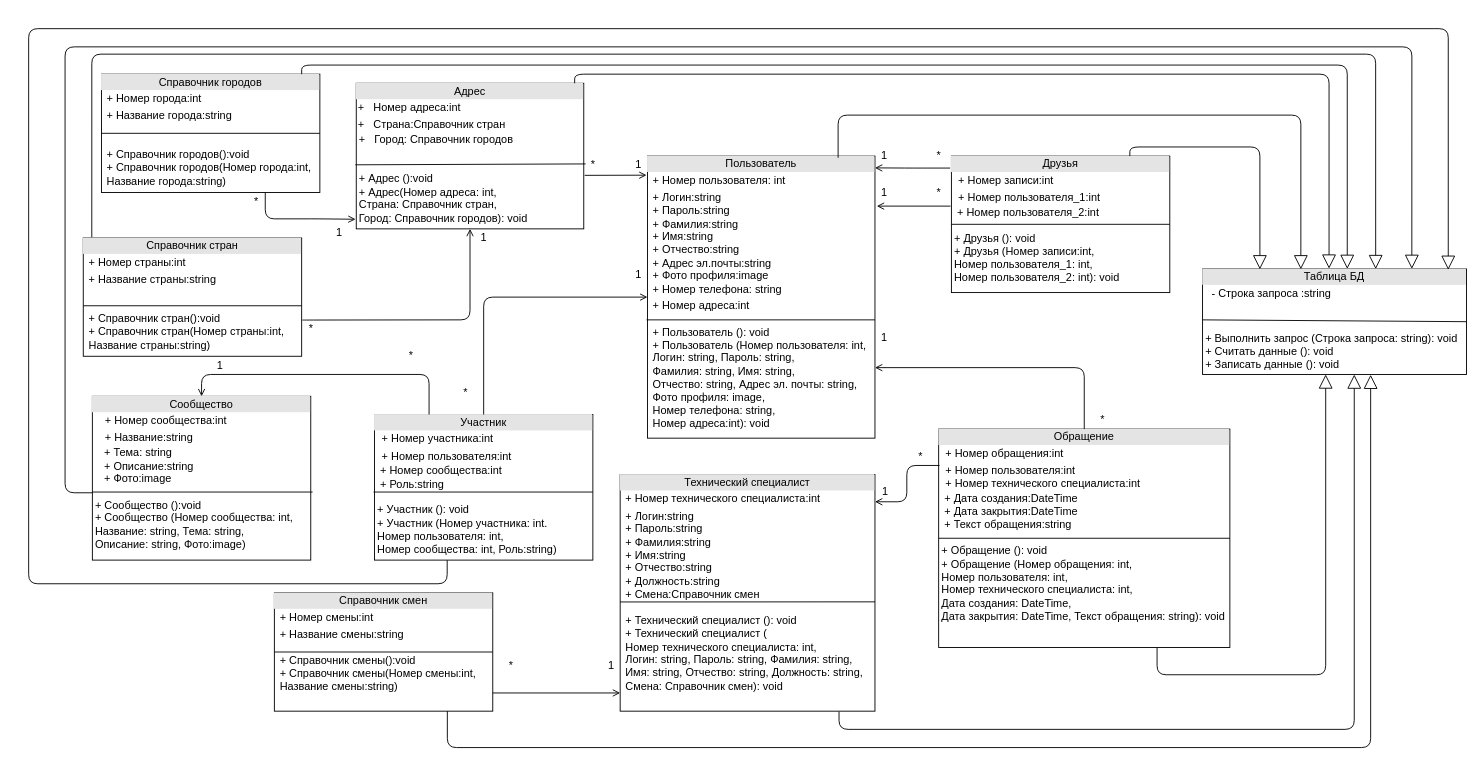
The draw.io diagram page "Логическая приложения" (5 of 6) of Лабы/ЛР3/Диаграмма классов анализа.drawio in MRTANKO/kyrs_anis, before the edit. Source tidied: cells renumbered, new cells numbered last; positions are measured from the earlier drawing's top-left corner, leaving out a move shared by most shapes. Both pictures are drawn from the tidied source at 91%, with x=0, y=0 at pixel (28, 28).
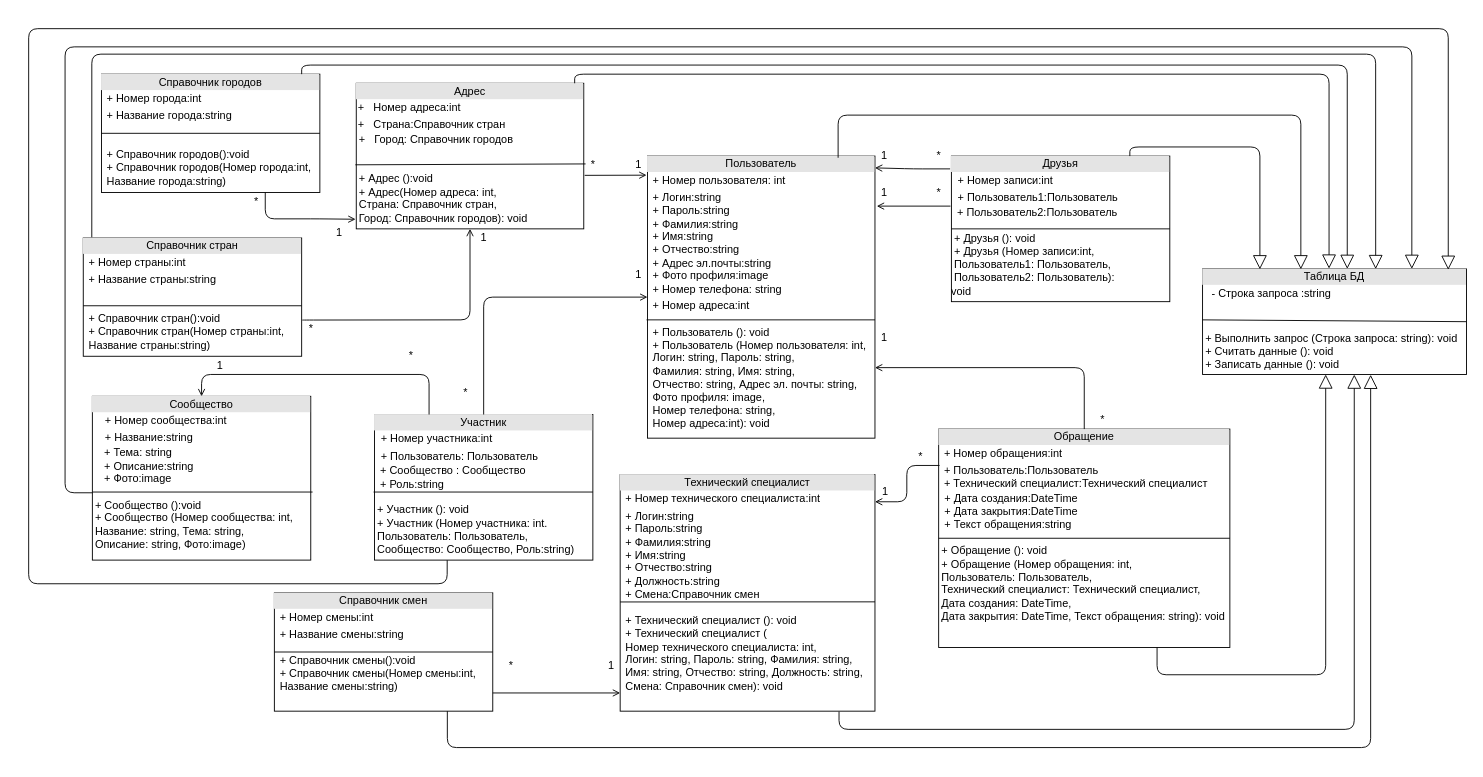
The same page after the edit.

What changed in the source:
```diff
@@
-    <mxCell id="4" value="&lt;div style=&quot;text-align: center ; box-sizing: border-box ; width: 100% ; background: rgb(228 , 228 , 228) ; padding: 2px&quot;&gt;Обращение&lt;/div&gt;&lt;table style=&quot;width: 100% ; font-size: 1em&quot; cellpadding=&quot;2&quot; cellspacing=&quot;0&quot;&gt;&lt;tbody&gt;&lt;tr&gt;&lt;td&gt;&lt;br&gt;&lt;/td&gt;&lt;td&gt;+ Номер обращения:int&lt;br&gt;&lt;/td&gt;&lt;/tr&gt;&lt;tr&gt;&lt;td&gt;&lt;br&gt;&lt;/td&gt;&lt;td&gt;+ Номер пользователя:int&lt;br&gt;+ Номер технического специалиста:int&lt;/td&gt;&lt;/tr&gt;&lt;/tbody&gt;&lt;/table&gt;&lt;div&gt;&lt;span&gt;&amp;nbsp; + Дата создания:DateTime&lt;/span&gt;&lt;/div&gt;&lt;div&gt;&lt;span&gt;&amp;nbsp; + Дата закрытия:DateTime&lt;/span&gt;&lt;/div&gt;&lt;div&gt;&lt;span&gt;&amp;nbsp; + Текст обращения:string&lt;/span&gt;&lt;/div&gt;&lt;div&gt;&lt;br&gt;&lt;/div&gt;&lt;div&gt;&lt;span&gt;&amp;nbsp;+ Обращение (): void&lt;/span&gt;&lt;br&gt;&lt;/div&gt;&lt;div&gt;&lt;span&gt;&amp;nbsp;+ Обращение (Номер обращения: int, &lt;br&gt;&amp;nbsp;Номер пользователя: int, &lt;br&gt;&amp;nbsp;Номер технического специалиста: int, &lt;br&gt;&amp;nbsp;Дата создания: DateTime, &lt;br&gt;&amp;nbsp;Дата закрытия: DateTime, Текст обращения: string): void&lt;/span&gt;&lt;/div&gt;&lt;div&gt;&lt;span&gt;&lt;br&gt;&lt;/span&gt;&lt;/div&gt;" style="verticalAlign=top;align=left;overflow=fill;html=1;" parent="1" vertex="1">
+    <mxCell id="4" value="&lt;div style=&quot;text-align: center ; box-sizing: border-box ; width: 100% ; background: rgb(228 , 228 , 228) ; padding: 2px&quot;&gt;Обращение&lt;/div&gt;&lt;table style=&quot;width: 100% ; font-size: 1em&quot; cellpadding=&quot;2&quot; cellspacing=&quot;0&quot;&gt;&lt;tbody&gt;&lt;tr&gt;&lt;td&gt;&lt;br&gt;&lt;/td&gt;&lt;td&gt;+ Номер обращения:int&lt;br&gt;&lt;/td&gt;&lt;/tr&gt;&lt;tr&gt;&lt;td&gt;&lt;br&gt;&lt;/td&gt;&lt;td&gt;+ Пользователь:Пользователь&lt;br&gt;+ Технический специалист:Технический специалист&lt;/td&gt;&lt;/tr&gt;&lt;/tbody&gt;&lt;/table&gt;&lt;div&gt;&lt;span&gt;&amp;nbsp; + Дата создания:DateTime&lt;/span&gt;&lt;/div&gt;&lt;div&gt;&lt;span&gt;&amp;nbsp; + Дата закрытия:DateTime&lt;/span&gt;&lt;/div&gt;&lt;div&gt;&lt;span&gt;&amp;nbsp; + Текст обращения:string&lt;/span&gt;&lt;/div&gt;&lt;div&gt;&lt;br&gt;&lt;/div&gt;&lt;div&gt;&lt;span&gt;&amp;nbsp;+ Обращение (): void&lt;/span&gt;&lt;br&gt;&lt;/div&gt;&lt;div&gt;&lt;span&gt;&amp;nbsp;+ Обращение (Номер обращения: int, &lt;br&gt;&amp;nbsp;Пользователь: Пользователь, &lt;br&gt;&amp;nbsp;Технический специалист: Технический специалист, &lt;br&gt;&amp;nbsp;Дата создания: DateTime, &lt;br&gt;&amp;nbsp;Дата закрытия: DateTime, Текст обращения: string): void&lt;/span&gt;&lt;/div&gt;&lt;div&gt;&lt;span&gt;&lt;br&gt;&lt;/span&gt;&lt;/div&gt;" style="verticalAlign=top;align=left;overflow=fill;html=1;" parent="1" vertex="1">
       <mxGeometry x="1000" y="440" width="320" height="240" as="geometry" />
     </mxCell>
@@
-    <mxCell id="7" value="&lt;div style=&quot;text-align: center ; box-sizing: border-box ; width: 100% ; background: rgb(228 , 228 , 228) ; padding: 2px&quot;&gt;Участник&lt;/div&gt;&lt;table style=&quot;width: 100% ; font-size: 1em&quot; cellpadding=&quot;2&quot; cellspacing=&quot;0&quot;&gt;&lt;tbody&gt;&lt;tr&gt;&lt;td&gt;&lt;/td&gt;&lt;td&gt;+ Номер участника:int&lt;br&gt;&lt;/td&gt;&lt;/tr&gt;&lt;tr&gt;&lt;td&gt;&lt;br&gt;&lt;/td&gt;&lt;td&gt;+ Номер пользователя:int&lt;br&gt;&lt;/td&gt;&lt;/tr&gt;&lt;/tbody&gt;&lt;/table&gt;&lt;div&gt;&lt;span&gt;&amp;nbsp; + Номер сообщества:int&lt;/span&gt;&lt;/div&gt;&lt;div&gt;&lt;span&gt;&amp;nbsp; + Роль:string&lt;/span&gt;&lt;/div&gt;&lt;div&gt;&lt;span&gt;&lt;br&gt;&lt;/span&gt;&lt;/div&gt;&lt;div&gt;&lt;span&gt;&amp;nbsp;+ Участник (): void&lt;/span&gt;&lt;/div&gt;&lt;div&gt;&lt;span&gt;&amp;nbsp;+ Участник (Номер участника: int. &lt;br&gt;&amp;nbsp;Номер пользователя: int, &lt;br&gt;&amp;nbsp;Номер сообщества: int, Роль:string)&lt;/span&gt;&lt;/div&gt;&lt;div&gt;&lt;span&gt;&lt;br&gt;&lt;/span&gt;&lt;/div&gt;&lt;div&gt;&lt;br&gt;&lt;/div&gt;" style="verticalAlign=top;align=left;overflow=fill;html=1;" parent="1" vertex="1">
+    <mxCell id="7" value="&lt;div style=&quot;text-align: center ; box-sizing: border-box ; width: 100% ; background: rgb(228 , 228 , 228) ; padding: 2px&quot;&gt;Участник&lt;/div&gt;&lt;table style=&quot;width: 100% ; font-size: 1em&quot; cellpadding=&quot;2&quot; cellspacing=&quot;0&quot;&gt;&lt;tbody&gt;&lt;tr&gt;&lt;td&gt;&lt;/td&gt;&lt;td&gt;+ Номер участника:int&lt;br&gt;&lt;/td&gt;&lt;/tr&gt;&lt;tr&gt;&lt;td&gt;&lt;br&gt;&lt;/td&gt;&lt;td&gt;+ Пользователь: Пользователь&lt;br&gt;&lt;/td&gt;&lt;/tr&gt;&lt;/tbody&gt;&lt;/table&gt;&lt;div&gt;&lt;span&gt;&amp;nbsp; + Сообщество : Сообщество&lt;/span&gt;&lt;/div&gt;&lt;div&gt;&lt;span&gt;&amp;nbsp; + Роль:string&lt;/span&gt;&lt;/div&gt;&lt;div&gt;&lt;span&gt;&lt;br&gt;&lt;/span&gt;&lt;/div&gt;&lt;div&gt;&lt;span&gt;&amp;nbsp;+ Участник (): void&lt;/span&gt;&lt;/div&gt;&lt;div&gt;&lt;span&gt;&amp;nbsp;+ Участник (Номер участника: int. &lt;br&gt;&amp;nbsp;Пользователь: Пользователь, &lt;br&gt;&amp;nbsp;Сообщество: Сообщество, Роль:string)&lt;/span&gt;&lt;/div&gt;&lt;div&gt;&lt;span&gt;&lt;br&gt;&lt;/span&gt;&lt;/div&gt;&lt;div&gt;&lt;br&gt;&lt;/div&gt;" style="verticalAlign=top;align=left;overflow=fill;html=1;" parent="1" vertex="1">
       <mxGeometry x="380" y="424" width="240" height="160" as="geometry" />
     </mxCell>
-    <mxCell id="8" value="&lt;div style=&quot;text-align: center ; box-sizing: border-box ; width: 100% ; background: rgb(228 , 228 , 228) ; padding: 2px&quot;&gt;Друзья&lt;/div&gt;&lt;table style=&quot;width: 100% ; font-size: 1em&quot; cellpadding=&quot;2&quot; cellspacing=&quot;0&quot;&gt;&lt;tbody&gt;&lt;tr&gt;&lt;td&gt;&lt;br&gt;&lt;/td&gt;&lt;td&gt;+ Номер записи:int&lt;br&gt;&lt;/td&gt;&lt;/tr&gt;&lt;tr&gt;&lt;td&gt;&lt;br&gt;&lt;/td&gt;&lt;td&gt;+ Номер пользователя_1:int&lt;br&gt;&lt;/td&gt;&lt;/tr&gt;&lt;/tbody&gt;&lt;/table&gt;&lt;div&gt;&lt;span&gt;&amp;nbsp; + Номер пользователя_2:int&lt;/span&gt;&lt;/div&gt;&lt;div&gt;&lt;span&gt;&lt;br&gt;&lt;/span&gt;&lt;/div&gt;&lt;div&gt;&lt;span&gt;&amp;nbsp;+ Друзья (): void&lt;/span&gt;&lt;/div&gt;&lt;div&gt;&lt;span&gt;&amp;nbsp;+ Друзья (Номер записи:int,&lt;br&gt;&amp;nbsp;Номер пользователя_1: int, &lt;br&gt;&amp;nbsp;Номер пользователя_2: int): void&lt;/span&gt;&lt;/div&gt;&lt;div&gt;&lt;br&gt;&lt;/div&gt;" style="verticalAlign=top;align=left;overflow=fill;html=1;" parent="1" vertex="1">
-      <mxGeometry x="1014" y="140" width="240" height="150" as="geometry" />
+    <mxCell id="8" value="&lt;div style=&quot;text-align: center ; box-sizing: border-box ; width: 100% ; background: rgb(228 , 228 , 228) ; padding: 2px&quot;&gt;Друзья&lt;/div&gt;&lt;table style=&quot;width: 100% ; font-size: 1em&quot; cellpadding=&quot;2&quot; cellspacing=&quot;0&quot;&gt;&lt;tbody&gt;&lt;tr&gt;&lt;td&gt;&lt;br&gt;&lt;/td&gt;&lt;td&gt;+ Номер записи:int&lt;br&gt;&lt;/td&gt;&lt;/tr&gt;&lt;tr&gt;&lt;td&gt;&lt;br&gt;&lt;/td&gt;&lt;td&gt;+ Пользователь1:Пользователь&lt;br&gt;&lt;/td&gt;&lt;/tr&gt;&lt;/tbody&gt;&lt;/table&gt;&lt;div&gt;&lt;span&gt;&amp;nbsp; + Пользователь2:Пользователь&lt;/span&gt;&lt;/div&gt;&lt;div&gt;&lt;span&gt;&lt;br&gt;&lt;/span&gt;&lt;/div&gt;&lt;div&gt;&lt;span&gt;&amp;nbsp;+ Друзья (): void&lt;/span&gt;&lt;/div&gt;&lt;div&gt;&lt;span&gt;&amp;nbsp;+ Друзья (Номер записи:int,&lt;br&gt;&amp;nbsp;Пользователь1: Пользователь, &lt;br&gt;&amp;nbsp;Пользователь2: Пользователь): &lt;br&gt;void&lt;/span&gt;&lt;/div&gt;&lt;div&gt;&lt;br&gt;&lt;/div&gt;" style="verticalAlign=top;align=left;overflow=fill;html=1;" parent="1" vertex="1">
+      <mxGeometry x="1014" y="140" width="240" height="160" as="geometry" />
     </mxCell>
```
